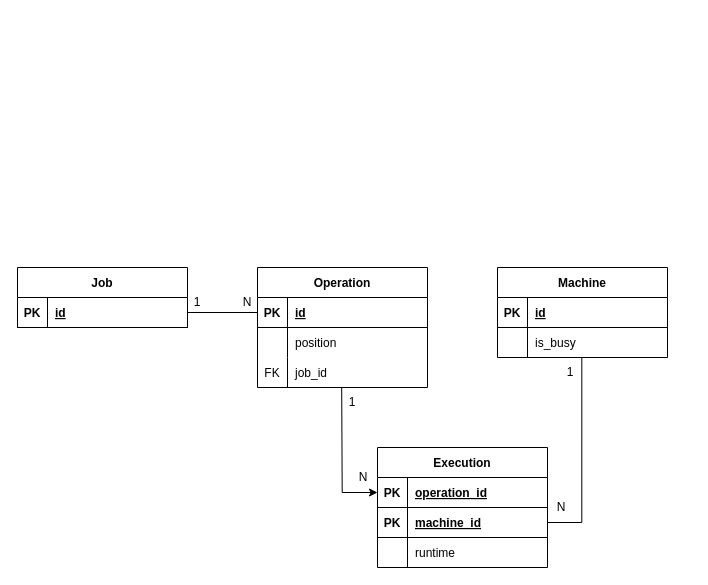
Above: docs/er-model.drawio in luispereira1999/fjsp (draw.io), before the change. Source tidied: cells renumbered, new cells numbered last; positions are measured from the earlier drawing's top-left corner, leaving out a move shared by most shapes. Both pictures are drawn from the tidied source at 100%, with x=0, y=0 at pixel (17, 267).
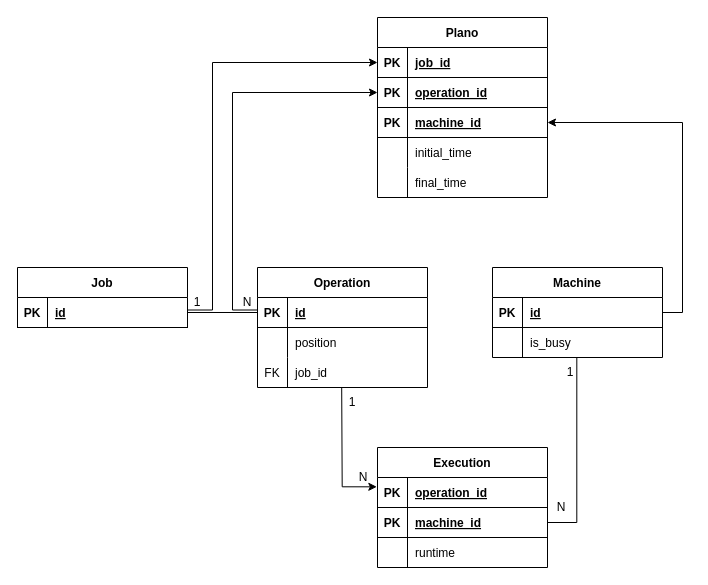
The same page after the edit.

The change refers to these unchanged cells:
```xml
<mxCell id="20" style="shape=tableRow;horizontal=0;startSize=0;swimlaneHead=0;swimlaneBody=0;fillColor=none;points=[[0,0.5],[1,0.5]];portConstraint=eastwest;top=0;left=0;right=0;bottom=1;" parent="19" vertex="1">
  <mxGeometry y="30" width="170" height="30" as="geometry" />
</mxCell>
<mxCell id="27" style="shape=tableRow;horizontal=0;startSize=0;swimlaneHead=0;swimlaneBody=0;fillColor=none;points=[[0,0.5],[1,0.5]];portConstraint=eastwest;top=0;left=0;right=0;bottom=1;" parent="26" vertex="1">
  <mxGeometry y="30" width="170" height="30" as="geometry" />
</mxCell>
<mxCell id="38" value="1" style="text;html=1;strokeColor=none;fillColor=none;align=center;verticalAlign=middle;whiteSpace=wrap;rounded=0;" parent="1" vertex="1">
  <mxGeometry x="170" y="20" width="20" height="30" as="geometry" />
</mxCell>
<mxCell id="39" value="N" style="text;html=1;strokeColor=none;fillColor=none;align=center;verticalAlign=middle;whiteSpace=wrap;rounded=0;" parent="1" vertex="1">
  <mxGeometry x="220" y="20" width="20" height="30" as="geometry" />
</mxCell>
```

Change to the diagram source:
```diff
@@
-    <mxCell id="8" style="edgeStyle=orthogonalEdgeStyle;rounded=0;jettySize=auto;html=1;startArrow=none;startFill=0;endArrow=classic;endFill=1;entryX=0;entryY=0.5;entryDx=0;entryDy=0;exitX=0.495;exitY=1.007;exitDx=0;exitDy=0;exitPerimeter=0;" parent="1" edge="1" target="27">
+    <mxCell id="8" style="edgeStyle=orthogonalEdgeStyle;rounded=0;jettySize=auto;html=1;startArrow=none;startFill=0;endArrow=classic;endFill=1;entryX=-0.004;entryY=0.311;entryDx=0;entryDy=0;exitX=0.495;exitY=1.007;exitDx=0;exitDy=0;exitPerimeter=0;entryPerimeter=0;" parent="1" edge="1" target="27">
       <mxGeometry relative="1" as="geometry">
         <mxPoint x="324.2" y="120.2" as="sourcePoint" />
       </mxGeometry>
     </mxCell>
+    <mxCell id="42" style="edgeStyle=orthogonalEdgeStyle;rounded=0;jettySize=auto;html=1;startArrow=none;startFill=0;endArrow=classic;endFill=1;entryX=0;entryY=0.5;entryDx=0;entryDy=0;exitX=1;exitY=0.75;exitDx=0;exitDy=0;" parent="1" edge="1" source="39" target="49">
+      <mxGeometry relative="1" as="geometry">
+        <Array as="points">
+          <mxPoint x="215" y="43" />
+          <mxPoint x="215" y="-175" />
+        </Array>
+      </mxGeometry>
+    </mxCell>
@@
+    <mxCell id="43" style="edgeStyle=orthogonalEdgeStyle;rounded=0;jettySize=auto;html=1;startArrow=none;startFill=0;endArrow=classic;endFill=1;entryX=1;entryY=0.5;entryDx=0;entryDy=0;exitX=1;exitY=0.5;exitDx=0;exitDy=0;" parent="1" edge="1" source="20" target="52">
+      <mxGeometry relative="1" as="geometry" />
+    </mxCell>
     <mxCell id="19" value="Machine" style="shape=table;startSize=30;childLayout=tableLayout;rowLines=0;fontStyle=1;align=center;" parent="1" vertex="1">
-      <mxGeometry x="480" width="170" height="90" as="geometry" />
+      <mxGeometry x="475" width="170" height="90" as="geometry" />
     </mxCell>
@@
+    <mxCell id="44" style="edgeStyle=orthogonalEdgeStyle;rounded=0;jettySize=auto;html=1;exitX=0;exitY=0.5;exitDx=0;exitDy=0;entryX=0;entryY=0.75;entryDx=0;entryDy=0;startArrow=classic;startFill=1;endArrow=none;endFill=0;" parent="1" edge="1" source="46" target="38">
+      <mxGeometry relative="1" as="geometry">
+        <Array as="points">
+          <mxPoint x="195" y="-205" />
+          <mxPoint x="195" y="43" />
+        </Array>
+      </mxGeometry>
+    </mxCell>
+    <mxCell id="45" value="Plano" style="shape=table;startSize=30;childLayout=tableLayout;rowLines=0;fontStyle=1;align=center;" parent="1" vertex="1">
+      <mxGeometry x="360" y="-250" width="170" height="180" as="geometry" />
+    </mxCell>
+    <mxCell id="46" style="shape=tableRow;horizontal=0;startSize=0;swimlaneHead=0;swimlaneBody=0;fillColor=none;points=[[0,0.5],[1,0.5]];portConstraint=eastwest;top=0;left=0;right=0;bottom=1;" parent="45" vertex="1">
+      <mxGeometry y="30" width="170" height="30" as="geometry" />
+    </mxCell>
+    <mxCell id="47" value="PK" style="shape=partialRectangle;fillColor=none;top=0;left=0;bottom=0;right=0;fontStyle=1;overflow=hidden;" parent="46" vertex="1">
+      <mxGeometry width="30" height="30" as="geometry" />
+    </mxCell>
+    <mxCell id="48" value="job_id" style="shape=partialRectangle;fillColor=none;top=0;left=0;bottom=0;right=0;align=left;spacingLeft=6;fontStyle=5;overflow=hidden;" parent="46" vertex="1">
+      <mxGeometry x="30" width="140" height="30" as="geometry" />
+    </mxCell>
+    <mxCell id="49" style="shape=tableRow;horizontal=0;startSize=0;swimlaneHead=0;swimlaneBody=0;fillColor=none;points=[[0,0.5],[1,0.5]];portConstraint=eastwest;top=0;left=0;right=0;bottom=1;" parent="45" vertex="1">
+      <mxGeometry y="60" width="170" height="30" as="geometry" />
+    </mxCell>
+    <mxCell id="50" value="PK" style="shape=partialRectangle;fillColor=none;top=0;left=0;bottom=0;right=0;fontStyle=1;overflow=hidden;" parent="49" vertex="1">
+      <mxGeometry width="30" height="30" as="geometry" />
+    </mxCell>
+    <mxCell id="51" value="operation_id" style="shape=partialRectangle;fillColor=none;top=0;left=0;bottom=0;right=0;align=left;spacingLeft=6;fontStyle=5;overflow=hidden;" parent="49" vertex="1">
+      <mxGeometry x="30" width="140" height="30" as="geometry" />
+    </mxCell>
+    <mxCell id="52" style="shape=tableRow;horizontal=0;startSize=0;swimlaneHead=0;swimlaneBody=0;fillColor=none;points=[[0,0.5],[1,0.5]];portConstraint=eastwest;top=0;left=0;right=0;bottom=1;" parent="45" vertex="1">
+      <mxGeometry y="90" width="170" height="30" as="geometry" />
+    </mxCell>
+    <mxCell id="53" value="PK" style="shape=partialRectangle;fillColor=none;top=0;left=0;bottom=0;right=0;fontStyle=1;overflow=hidden;" parent="52" vertex="1">
+      <mxGeometry width="30" height="30" as="geometry" />
+    </mxCell>
+    <mxCell id="54" value="machine_id" style="shape=partialRectangle;fillColor=none;top=0;left=0;bottom=0;right=0;align=left;spacingLeft=6;fontStyle=5;overflow=hidden;" parent="52" vertex="1">
+      <mxGeometry x="30" width="140" height="30" as="geometry" />
+    </mxCell>
+    <mxCell id="55" style="shape=tableRow;horizontal=0;startSize=0;swimlaneHead=0;swimlaneBody=0;fillColor=none;top=0;left=0;right=0;bottom=0;" parent="45" vertex="1">
+      <mxGeometry y="120" width="170" height="30" as="geometry" />
+    </mxCell>
+    <mxCell id="56" style="shape=partialRectangle;fillColor=none;top=0;left=0;bottom=0;right=0;overflow=hidden;" parent="55" vertex="1">
+      <mxGeometry width="30" height="30" as="geometry" />
+    </mxCell>
+    <mxCell id="57" value="initial_time" style="shape=partialRectangle;fillColor=none;top=0;left=0;bottom=0;right=0;align=left;spacingLeft=6;overflow=hidden;" parent="55" vertex="1">
+      <mxGeometry x="30" width="140" height="30" as="geometry" />
+    </mxCell>
+    <mxCell id="58" style="shape=tableRow;horizontal=0;startSize=0;swimlaneHead=0;swimlaneBody=0;fillColor=none;top=0;left=0;right=0;bottom=0;" parent="45" vertex="1">
+      <mxGeometry y="150" width="170" height="30" as="geometry" />
+    </mxCell>
+    <mxCell id="59" style="shape=partialRectangle;fillColor=none;top=0;left=0;bottom=0;right=0;overflow=hidden;" parent="58" vertex="1">
+      <mxGeometry width="30" height="30" as="geometry" />
+    </mxCell>
+    <mxCell id="60" value="final_time" style="shape=partialRectangle;fillColor=none;top=0;left=0;bottom=0;right=0;align=left;spacingLeft=6;overflow=hidden;" parent="58" vertex="1">
+      <mxGeometry x="30" width="140" height="30" as="geometry" />
+    </mxCell>
```
